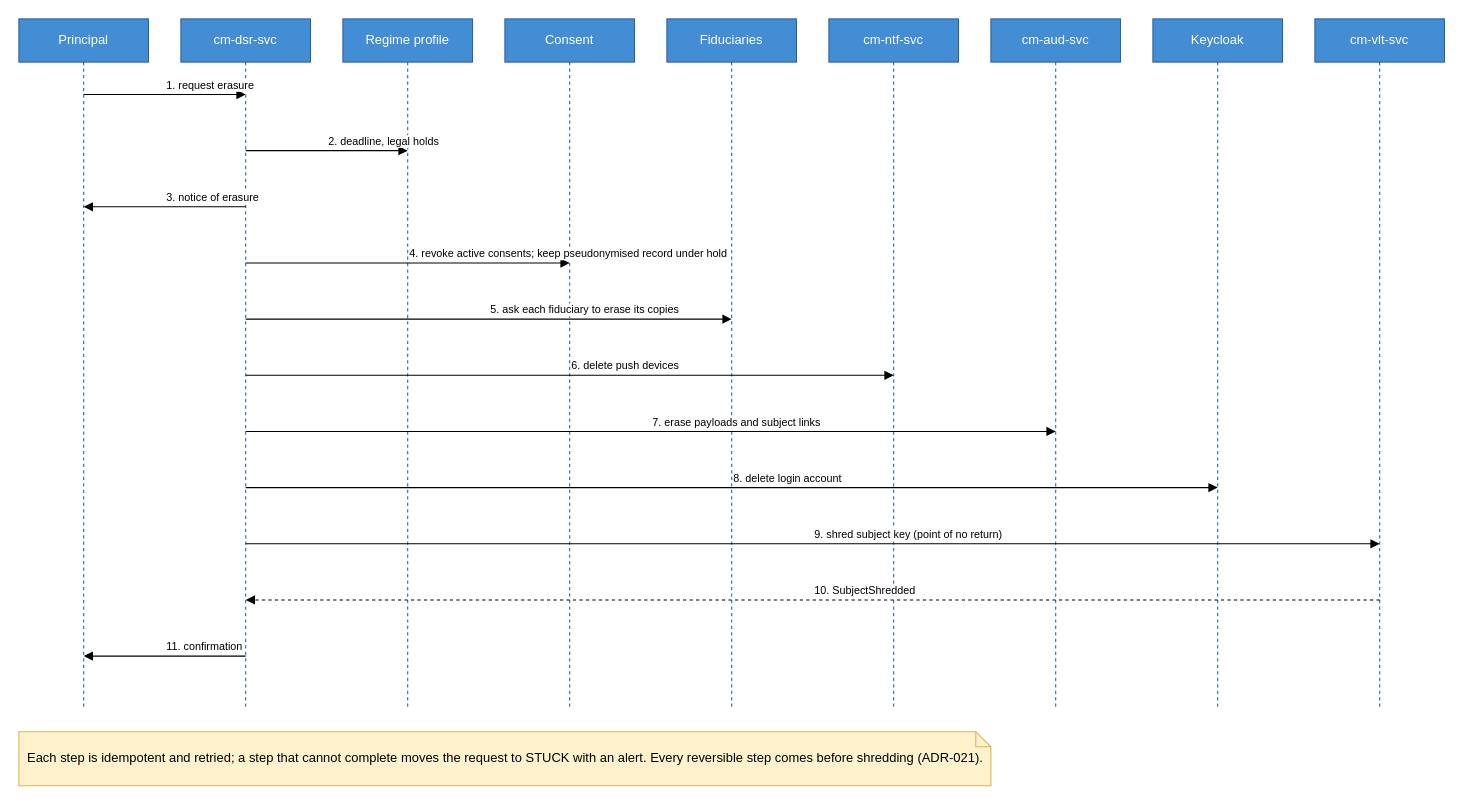
Before: docs/compliance/diagrams/erasure-saga.drawio in techeazyhq-cpu/consent-manager, a draw.io diagram. Source tidied: cells renumbered, new cells numbered last; positions are measured from the earlier drawing's top-left corner, leaving out a move shared by most shapes. Both pictures are drawn from the tidied source at 108%, with x=0, y=0 at pixel (18, 18).
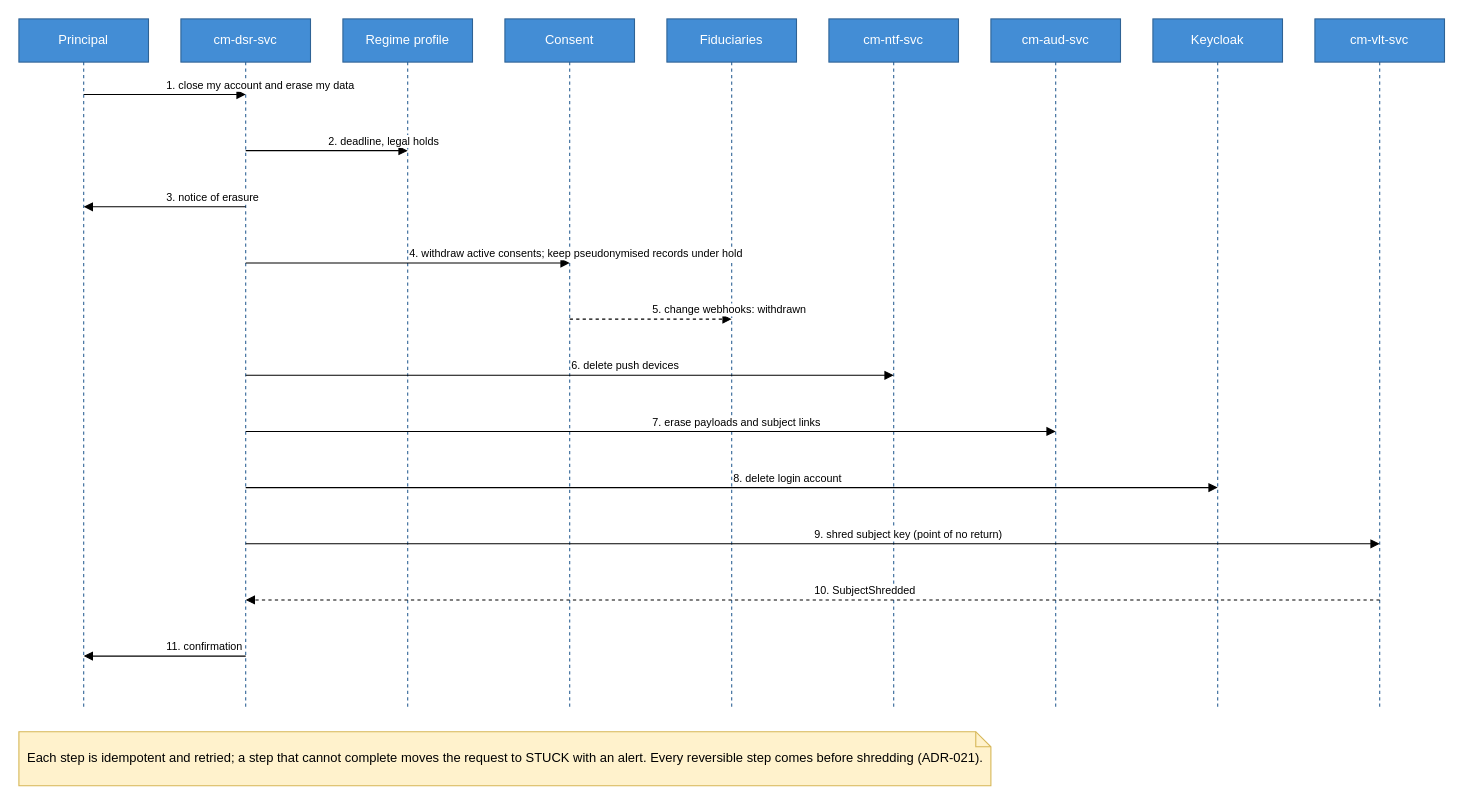
After the change.

Diff of the diagram source:
```diff
@@
-    <mxCell id="11" value="1. request erasure" style="html=1;endArrow=block;fontSize=10;align=left;verticalAlign=bottom;" parent="1" edge="1">
+    <mxCell id="11" value="1. close my account and erase my data" style="html=1;endArrow=block;fontSize=10;align=left;verticalAlign=bottom;" parent="1" edge="1">
       <mxGeometry relative="1" as="geometry">
         <mxPoint x="60" y="70" as="sourcePoint" />
         <mxPoint x="210" y="70" as="targetPoint" />
       </mxGeometry>
     </mxCell>
@@
-    <mxCell id="14" value="4. revoke active consents; keep pseudonymised record under hold" style="html=1;endArrow=block;fontSize=10;align=left;verticalAlign=bottom;" parent="1" edge="1">
+    <mxCell id="14" value="4. withdraw active consents; keep pseudonymised records under hold" style="html=1;endArrow=block;fontSize=10;align=left;verticalAlign=bottom;" parent="1" edge="1">
       <mxGeometry relative="1" as="geometry">
         <mxPoint x="210" y="226" as="sourcePoint" />
         <mxPoint x="510" y="226" as="targetPoint" />
       </mxGeometry>
     </mxCell>
-    <mxCell id="15" value="5. ask each fiduciary to erase its copies" style="html=1;endArrow=block;fontSize=10;align=left;verticalAlign=bottom;" parent="1" edge="1">
+    <mxCell id="15" value="5. change webhooks: withdrawn" style="html=1;endArrow=block;fontSize=10;align=left;verticalAlign=bottom;dashed=1;" parent="1" edge="1">
       <mxGeometry relative="1" as="geometry">
-        <mxPoint x="210" y="278" as="sourcePoint" />
+        <mxPoint x="510" y="278" as="sourcePoint" />
         <mxPoint x="660" y="278" as="targetPoint" />
       </mxGeometry>
     </mxCell>
```
